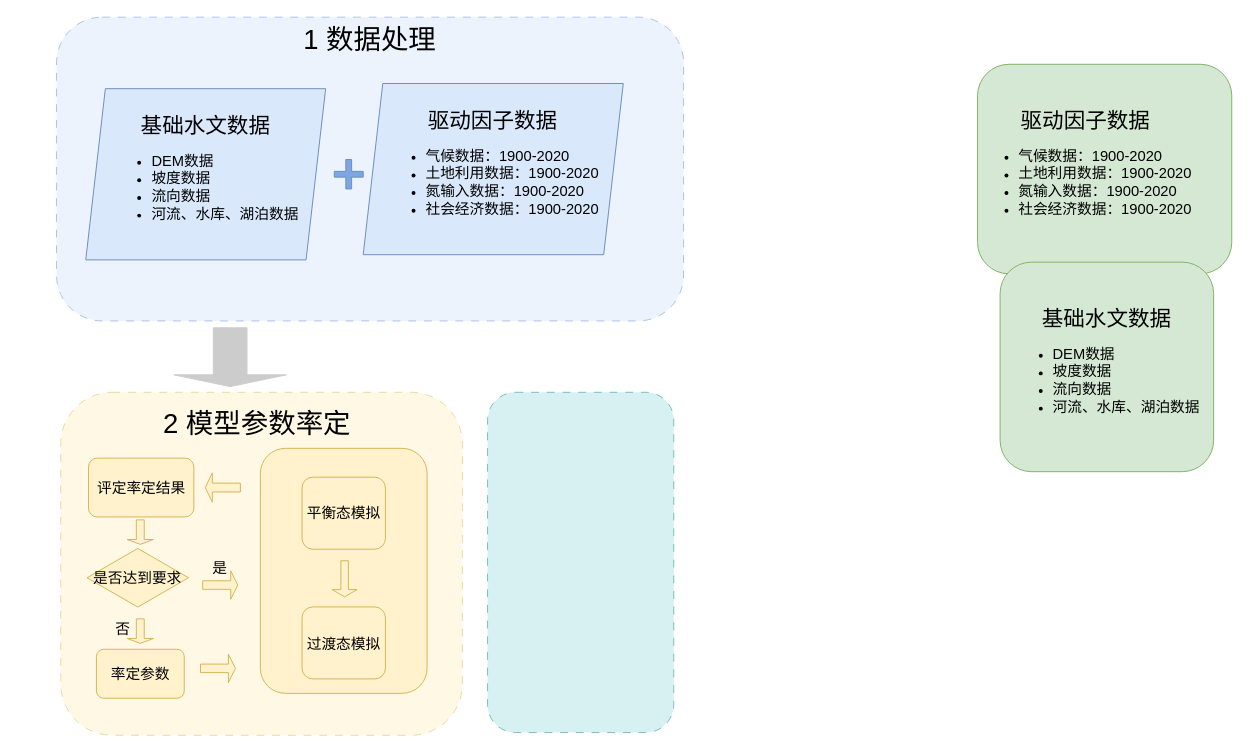
Above: 未命名绘图.drawio in Jiang-Yx-0124/paper (draw.io), before the change. Source tidied: cells renumbered, new cells numbered last; positions are measured from the earlier drawing's top-left corner, leaving out a move shared by most shapes. Both pictures are drawn from the tidied source at 98%, with x=0, y=0 at pixel (17, 17).
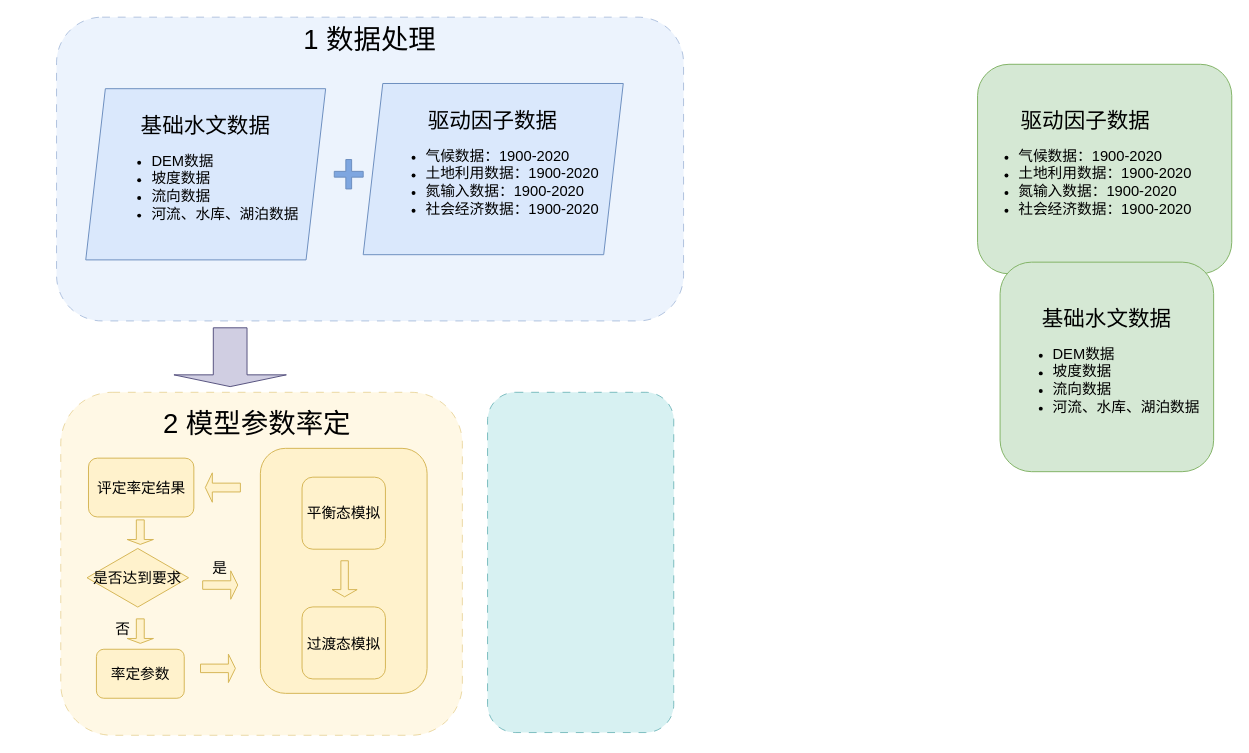
Above is the later version.

Commit message:
论文流程图.drawio

Unchanged cells that the change refers to:
```xml
<mxCell id="2" style="group;dashed=1;fillColor=#dae8fc;strokeColor=#6c8ebf;opacity=0;" parent="1" vertex="1">
  <mxGeometry x="50" width="630" height="382.8" as="geometry" />
</mxCell>
```

Diff of the diagram source:
```diff
@@
-    <mxCell id="5" style="shape=singleArrow;direction=south;whiteSpace=wrap;html=1;strokeColor=#CCCCCC;fillColor=#CCCCCC;" parent="2" vertex="1">
+    <mxCell id="5" style="shape=singleArrow;direction=south;whiteSpace=wrap;html=1;strokeColor=#56517e;fillColor=#d0cee2;" parent="2" vertex="1">
       <mxGeometry x="110" y="317" width="114.7" height="60" as="geometry" />
     </mxCell>
```
